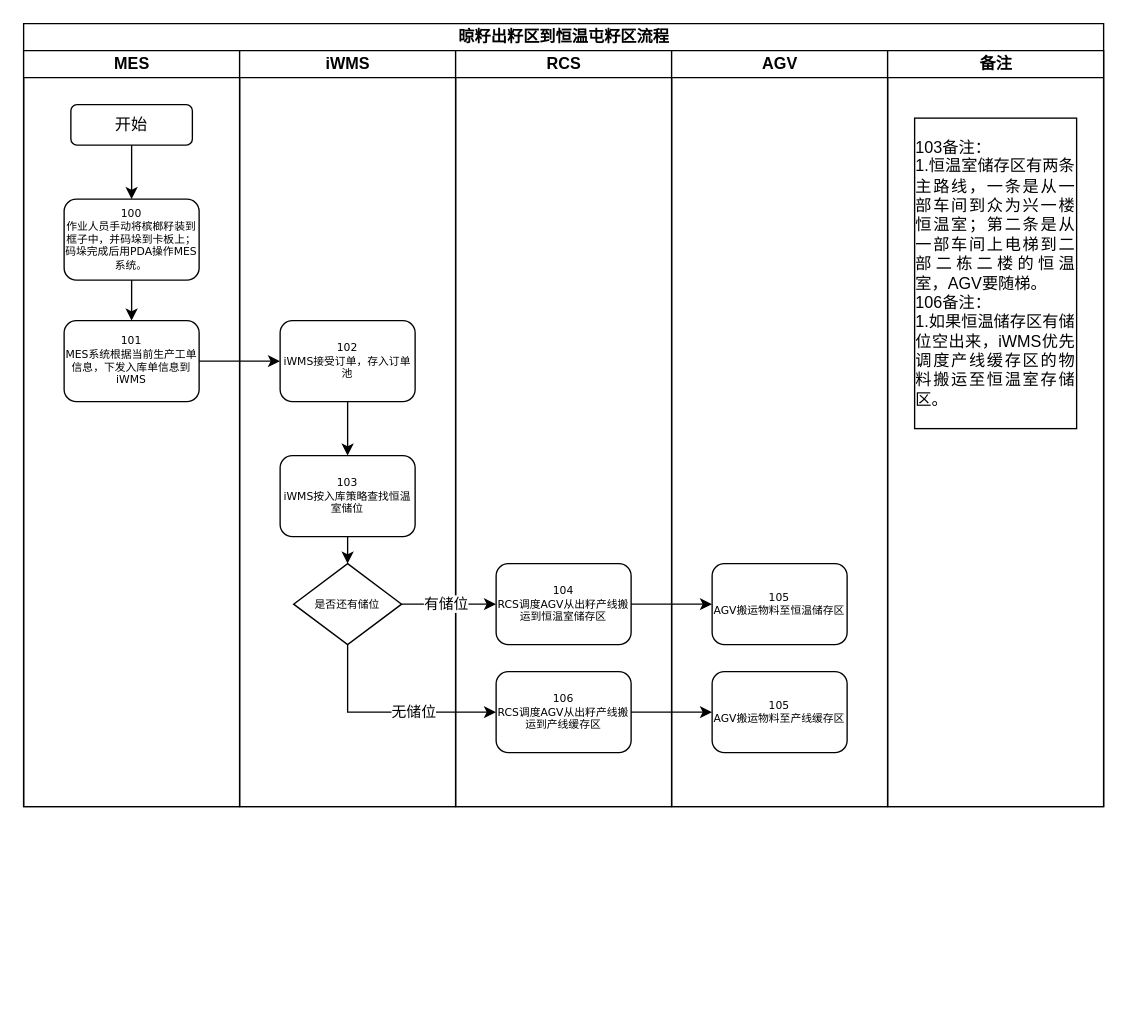
Above: data/晾籽出籽区到恒温屯籽区流程.drawio in chenyanxi/hosts (draw.io), before the change. Source tidied: cells renumbered, new cells numbered last; positions are measured from the earlier drawing's top-left corner, leaving out a move shared by most shapes. Both pictures are drawn from the tidied source at 135%, with x=0, y=0 at pixel (23, 23).
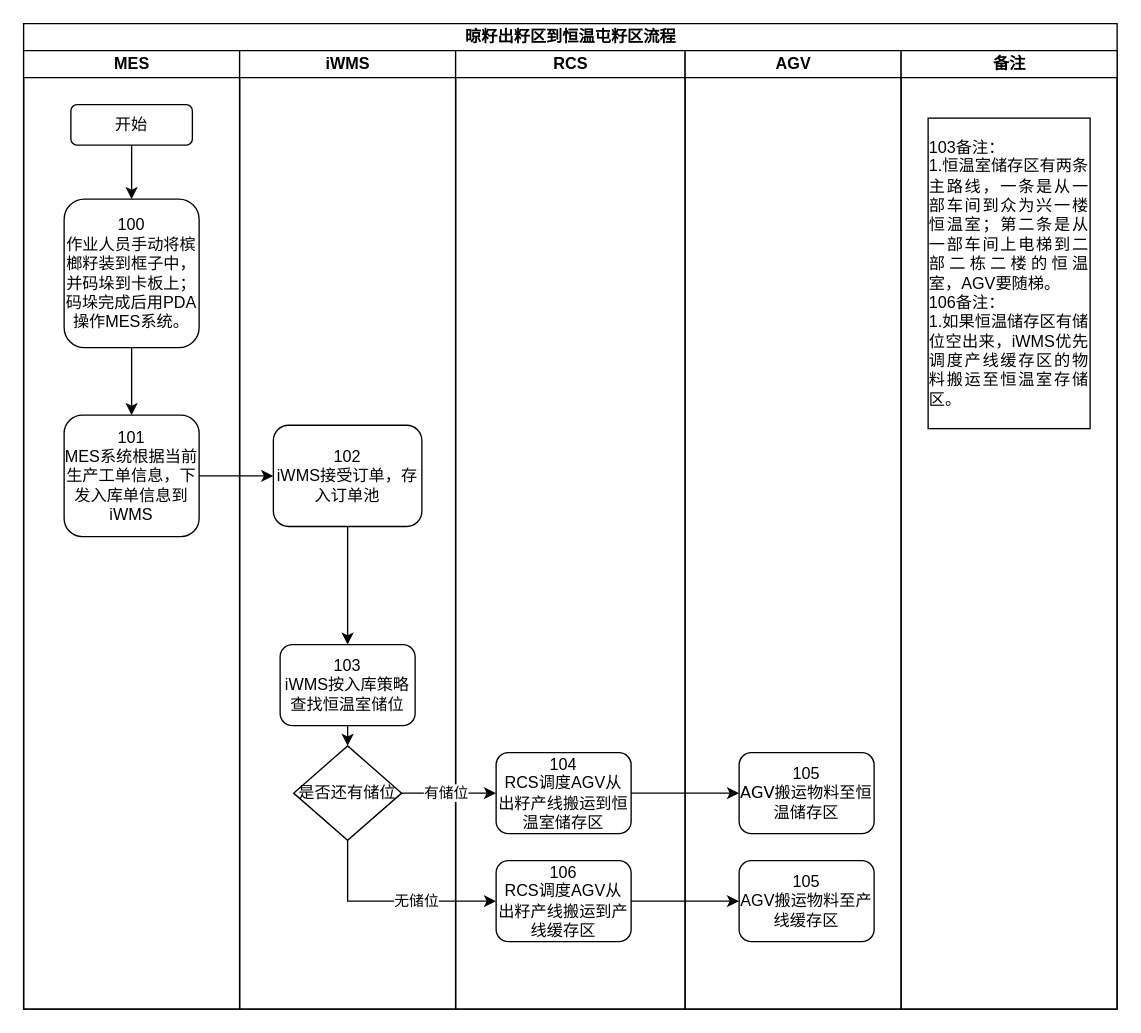
Above is the later version.

Commit message (it also covers changes not shown here):
更新晾籽出籽区到恒温屯籽区流程.drawio

What changed in the source:
```diff
@@
     <mxCell id="2" value="&lt;font style=&quot;font-size: 12px;&quot;&gt;晾籽出籽区到恒温屯籽区流程&lt;/font&gt;" style="swimlane;html=1;startSize=20;rounded=0;shadow=0;labelBackgroundColor=none;strokeWidth=1;fontFamily=Verdana;fontSize=8;align=center;" parent="1" vertex="1">
-      <mxGeometry width="800" height="580" as="geometry" />
+      <mxGeometry width="810" height="730" as="geometry" />
     </mxCell>
     <mxCell id="3" value="MES" style="swimlane;html=1;startSize=20;" parent="2" vertex="1">
-      <mxGeometry y="20" width="160" height="560" as="geometry" />
+      <mxGeometry y="20" width="160" height="710" as="geometry" />
     </mxCell>
@@
-    <mxCell id="5" value="100&lt;div&gt;作业人员手动将槟榔籽装到框子中，并码垛到卡板上；码垛完成后用PDA操作MES系统。&lt;/div&gt;" style="rounded=1;whiteSpace=wrap;html=1;shadow=0;labelBackgroundColor=none;strokeWidth=1;fontFamily=Verdana;fontSize=8;align=center;" parent="3" vertex="1">
-      <mxGeometry x="30" y="110" width="100" height="60" as="geometry" />
+    <mxCell id="5" value="&lt;font style=&quot;font-size: 12px;&quot; face=&quot;Helvetica&quot;&gt;100&lt;/font&gt;&lt;div&gt;&lt;font style=&quot;font-size: 12px;&quot; face=&quot;Helvetica&quot;&gt;作业人员手动将槟榔籽装到框子中，并码垛到卡板上；码垛完成后用PDA操作MES系统。&lt;/font&gt;&lt;/div&gt;" style="rounded=1;whiteSpace=wrap;html=1;shadow=0;labelBackgroundColor=none;strokeWidth=1;fontFamily=Verdana;fontSize=8;align=center;" parent="3" vertex="1">
+      <mxGeometry x="30" y="110" width="100" height="110" as="geometry" />
     </mxCell>
@@
-    <mxCell id="7" value="&lt;div&gt;101&lt;/div&gt;MES系统根据当前生产工单信息，下发入库单信息到iWMS" style="rounded=1;whiteSpace=wrap;html=1;shadow=0;labelBackgroundColor=none;strokeWidth=1;fontFamily=Verdana;fontSize=8;align=center;" parent="3" vertex="1">
-      <mxGeometry x="30" y="200" width="100" height="60" as="geometry" />
+    <mxCell id="7" value="&lt;div&gt;&lt;font face=&quot;Helvetica&quot; style=&quot;font-size: 12px;&quot;&gt;101&lt;/font&gt;&lt;/div&gt;&lt;font style=&quot;font-size: 12px;&quot; face=&quot;Helvetica&quot;&gt;MES系统根据当前生产工单信息，下发入库单信息到iWMS&lt;/font&gt;" style="rounded=1;whiteSpace=wrap;html=1;shadow=0;labelBackgroundColor=none;strokeWidth=1;fontFamily=Verdana;fontSize=8;align=center;" parent="3" vertex="1">
+      <mxGeometry x="30" y="270" width="100" height="90" as="geometry" />
     </mxCell>
@@
     <mxCell id="9" value="iWMS" style="swimlane;html=1;startSize=20;" parent="2" vertex="1">
-      <mxGeometry x="160" y="20" width="160" height="560" as="geometry" />
+      <mxGeometry x="160" y="20" width="160" height="710" as="geometry" />
     </mxCell>
-    <mxCell id="10" value="102&lt;div&gt;iWMS接受订单，存入订单池&lt;/div&gt;" style="rounded=1;whiteSpace=wrap;html=1;shadow=0;labelBackgroundColor=none;strokeWidth=1;fontFamily=Verdana;fontSize=8;align=center;" parent="9" vertex="1">
-      <mxGeometry x="30" y="200" width="100" height="60" as="geometry" />
+    <mxCell id="10" value="&lt;font style=&quot;font-size: 12px;&quot; face=&quot;Helvetica&quot;&gt;102&lt;/font&gt;&lt;div&gt;&lt;font style=&quot;font-size: 12px;&quot; face=&quot;Helvetica&quot;&gt;iWMS接受订单，存入订单池&lt;/font&gt;&lt;/div&gt;" style="rounded=1;whiteSpace=wrap;html=1;shadow=0;labelBackgroundColor=none;strokeWidth=1;fontFamily=Verdana;fontSize=8;align=center;" parent="9" vertex="1">
+      <mxGeometry x="25" y="277.5" width="110" height="75" as="geometry" />
     </mxCell>
+    <mxCell id="13" value="&lt;font style=&quot;font-size: 12px;&quot; face=&quot;Helvetica&quot;&gt;是否还有储位&lt;/font&gt;" style="rhombus;whiteSpace=wrap;html=1;rounded=0;shadow=0;labelBackgroundColor=none;strokeWidth=1;fontFamily=Verdana;fontSize=8;align=center;" parent="9" vertex="1">
+      <mxGeometry x="40" y="515" width="80" height="70" as="geometry" />
+    </mxCell>
+    <mxCell id="15" value="RCS" style="swimlane;html=1;startSize=20;" parent="2" vertex="1">
+      <mxGeometry x="320" y="20" width="170" height="710" as="geometry" />
+    </mxCell>
-    <mxCell id="11" value="103&lt;div&gt;iWMS按入库策略查找恒温室储位&lt;/div&gt;" style="rounded=1;whiteSpace=wrap;html=1;shadow=0;labelBackgroundColor=none;strokeWidth=1;fontFamily=Verdana;fontSize=8;align=center;" parent="9" vertex="1">
-      <mxGeometry x="30" y="300" width="100" height="60" as="geometry" />
+    <mxCell id="11" value="&lt;font style=&quot;font-size: 12px;&quot; face=&quot;Helvetica&quot;&gt;103&lt;/font&gt;&lt;div&gt;&lt;font style=&quot;font-size: 12px;&quot; face=&quot;Helvetica&quot;&gt;iWMS按入库策略查找恒温室储位&lt;/font&gt;&lt;/div&gt;" style="rounded=1;whiteSpace=wrap;html=1;shadow=0;labelBackgroundColor=none;strokeWidth=1;fontFamily=Verdana;fontSize=8;align=center;" parent="15" vertex="1">
+      <mxGeometry x="-130" y="440" width="100" height="60" as="geometry" />
     </mxCell>
-    <mxCell id="12" style="endArrow=classic;html=1;rounded=0;exitX=0.5;exitY=1;exitDx=0;exitDy=0;entryX=0.5;entryY=0;entryDx=0;entryDy=0;" parent="9" edge="1" source="10" target="11">
-      <mxGeometry relative="1" as="geometry" />
-    </mxCell>
-    <mxCell id="13" value="是否还有储位" style="rhombus;whiteSpace=wrap;html=1;rounded=0;shadow=0;labelBackgroundColor=none;strokeWidth=1;fontFamily=Verdana;fontSize=8;align=center;" parent="9" vertex="1">
-      <mxGeometry x="40" y="380" width="80" height="60" as="geometry" />
-    </mxCell>
-    <mxCell id="14" style="endArrow=classic;html=1;rounded=0;exitX=0.5;exitY=1;exitDx=0;exitDy=0;entryX=0.5;entryY=0;entryDx=0;entryDy=0;" parent="9" edge="1" source="11" target="13">
-      <mxGeometry relative="1" as="geometry" />
-    </mxCell>
-    <mxCell id="15" value="RCS" style="swimlane;html=1;startSize=20;" parent="2" vertex="1">
-      <mxGeometry x="320" y="20" width="160" height="560" as="geometry" />
-    </mxCell>
-    <mxCell id="16" value="104&lt;div&gt;RCS调度AGV从出籽产线搬运到恒温室储存区&lt;/div&gt;" style="rounded=1;whiteSpace=wrap;html=1;shadow=0;labelBackgroundColor=none;strokeWidth=1;fontFamily=Verdana;fontSize=8;align=center;" parent="15" vertex="1">
-      <mxGeometry x="30" y="380" width="100" height="60" as="geometry" />
+    <mxCell id="16" value="&lt;font style=&quot;font-size: 12px;&quot; face=&quot;Helvetica&quot;&gt;104&lt;/font&gt;&lt;div&gt;&lt;font style=&quot;font-size: 12px;&quot; face=&quot;Helvetica&quot;&gt;RCS调度AGV从出籽产线搬运到恒温室储存区&lt;/font&gt;&lt;/div&gt;" style="rounded=1;whiteSpace=wrap;html=1;shadow=0;labelBackgroundColor=none;strokeWidth=1;fontFamily=Verdana;fontSize=8;align=center;" parent="15" vertex="1">
+      <mxGeometry x="30" y="520" width="100" height="60" as="geometry" />
     </mxCell>
-    <mxCell id="17" value="106&lt;div&gt;RCS调度AGV从出籽产线搬运到产线缓存区&lt;/div&gt;" style="rounded=1;whiteSpace=wrap;html=1;shadow=0;labelBackgroundColor=none;strokeWidth=1;fontFamily=Verdana;fontSize=8;align=center;" parent="15" vertex="1">
-      <mxGeometry x="30" y="460" width="100" height="60" as="geometry" />
+    <mxCell id="17" value="&lt;font style=&quot;font-size: 12px;&quot; face=&quot;Helvetica&quot;&gt;106&lt;/font&gt;&lt;div&gt;&lt;font style=&quot;font-size: 12px;&quot; face=&quot;Helvetica&quot;&gt;RCS调度AGV从出籽产线搬运到产线缓存区&lt;/font&gt;&lt;/div&gt;" style="rounded=1;whiteSpace=wrap;html=1;shadow=0;labelBackgroundColor=none;strokeWidth=1;fontFamily=Verdana;fontSize=8;align=center;" parent="15" vertex="1">
+      <mxGeometry x="30" y="600" width="100" height="60" as="geometry" />
     </mxCell>
     <mxCell id="18" value="AGV" style="swimlane;html=1;startSize=20;" parent="2" vertex="1">
-      <mxGeometry x="480" y="20" width="160" height="560" as="geometry" />
+      <mxGeometry x="490" y="20" width="160" height="710" as="geometry" />
     </mxCell>
-    <mxCell id="19" value="105&lt;div&gt;AGV搬运物料至恒温储存区&lt;/div&gt;" style="rounded=1;whiteSpace=wrap;html=1;shadow=0;labelBackgroundColor=none;strokeWidth=1;fontFamily=Verdana;fontSize=8;align=center;" parent="18" vertex="1">
-      <mxGeometry x="30" y="380" width="100" height="60" as="geometry" />
+    <mxCell id="19" value="&lt;font style=&quot;font-size: 12px;&quot; face=&quot;Helvetica&quot;&gt;105&lt;/font&gt;&lt;div&gt;&lt;font style=&quot;font-size: 12px;&quot;&gt;AGV搬运物料至恒温储存区&lt;/font&gt;&lt;/div&gt;" style="rounded=1;whiteSpace=wrap;html=1;shadow=0;labelBackgroundColor=none;strokeWidth=1;fontFamily=Verdana;fontSize=8;align=center;" parent="18" vertex="1">
+      <mxGeometry x="40" y="520" width="100" height="60" as="geometry" />
     </mxCell>
-    <mxCell id="20" value="105&lt;div&gt;AGV搬运物料至产线缓存区&lt;/div&gt;" style="rounded=1;whiteSpace=wrap;html=1;shadow=0;labelBackgroundColor=none;strokeWidth=1;fontFamily=Verdana;fontSize=8;align=center;" parent="18" vertex="1">
-      <mxGeometry x="30" y="460" width="100" height="60" as="geometry" />
+    <mxCell id="20" value="&lt;font style=&quot;font-size: 12px;&quot; face=&quot;Helvetica&quot;&gt;105&lt;/font&gt;&lt;div&gt;&lt;font style=&quot;font-size: 12px;&quot; face=&quot;Helvetica&quot;&gt;AGV搬运物料至产线缓存区&lt;/font&gt;&lt;/div&gt;" style="rounded=1;whiteSpace=wrap;html=1;shadow=0;labelBackgroundColor=none;strokeWidth=1;fontFamily=Verdana;fontSize=8;align=center;" parent="18" vertex="1">
+      <mxGeometry x="40" y="600" width="100" height="60" as="geometry" />
     </mxCell>
     <mxCell id="21" value="备注" style="swimlane;html=1;startSize=20;" parent="2" vertex="1">
-      <mxGeometry x="640" y="20" width="160" height="560" as="geometry" />
+      <mxGeometry x="650" y="20" width="160" height="710" as="geometry" />
     </mxCell>
@@
+    <mxCell id="12" style="endArrow=classic;html=1;rounded=0;exitX=0.5;exitY=1;exitDx=0;exitDy=0;entryX=0.5;entryY=0;entryDx=0;entryDy=0;" parent="2" edge="1" source="10" target="11">
+      <mxGeometry relative="1" as="geometry" />
+    </mxCell>
+    <mxCell id="26" style="endArrow=classic;html=1;rounded=0;exitX=1;exitY=0.5;exitDx=0;exitDy=0;entryX=0;entryY=0.5;entryDx=0;entryDy=0;" parent="2" edge="1" source="16" target="19">
+      <mxGeometry relative="1" as="geometry" />
+    </mxCell>
+    <mxCell id="29" style="endArrow=classic;html=1;rounded=0;exitX=1;exitY=0.5;exitDx=0;exitDy=0;entryX=0;entryY=0.5;entryDx=0;entryDy=0;" parent="2" edge="1" source="17" target="20">
+      <mxGeometry relative="1" as="geometry" />
+    </mxCell>
+    <mxCell id="14" style="endArrow=classic;html=1;rounded=0;exitX=0.5;exitY=1;exitDx=0;exitDy=0;entryX=0.5;entryY=0;entryDx=0;entryDy=0;" parent="2" edge="1" source="11" target="13">
+      <mxGeometry relative="1" as="geometry" />
+    </mxCell>
@@
-    <mxCell id="26" style="endArrow=classic;html=1;rounded=0;exitX=1;exitY=0.5;exitDx=0;exitDy=0;entryX=0;entryY=0.5;entryDx=0;entryDy=0;" parent="2" edge="1" source="16" target="19">
-      <mxGeometry relative="1" as="geometry" />
-    </mxCell>
     <mxCell id="27" style="endArrow=classic;html=1;rounded=0;exitX=0.5;exitY=1;exitDx=0;exitDy=0;entryX=0;entryY=0.5;entryDx=0;entryDy=0;" parent="2" edge="1" source="13" target="17">
       <mxGeometry relative="1" as="geometry">
         <Array as="points">
-          <mxPoint x="240" y="510" />
+          <mxPoint x="240" y="650" />
         </Array>
       </mxGeometry>
     </mxCell>
@@
-    <mxCell id="29" style="endArrow=classic;html=1;rounded=0;exitX=1;exitY=0.5;exitDx=0;exitDy=0;entryX=0;entryY=0.5;entryDx=0;entryDy=0;" parent="2" edge="1" source="17" target="20">
-      <mxGeometry relative="1" as="geometry" />
-    </mxCell>
```
